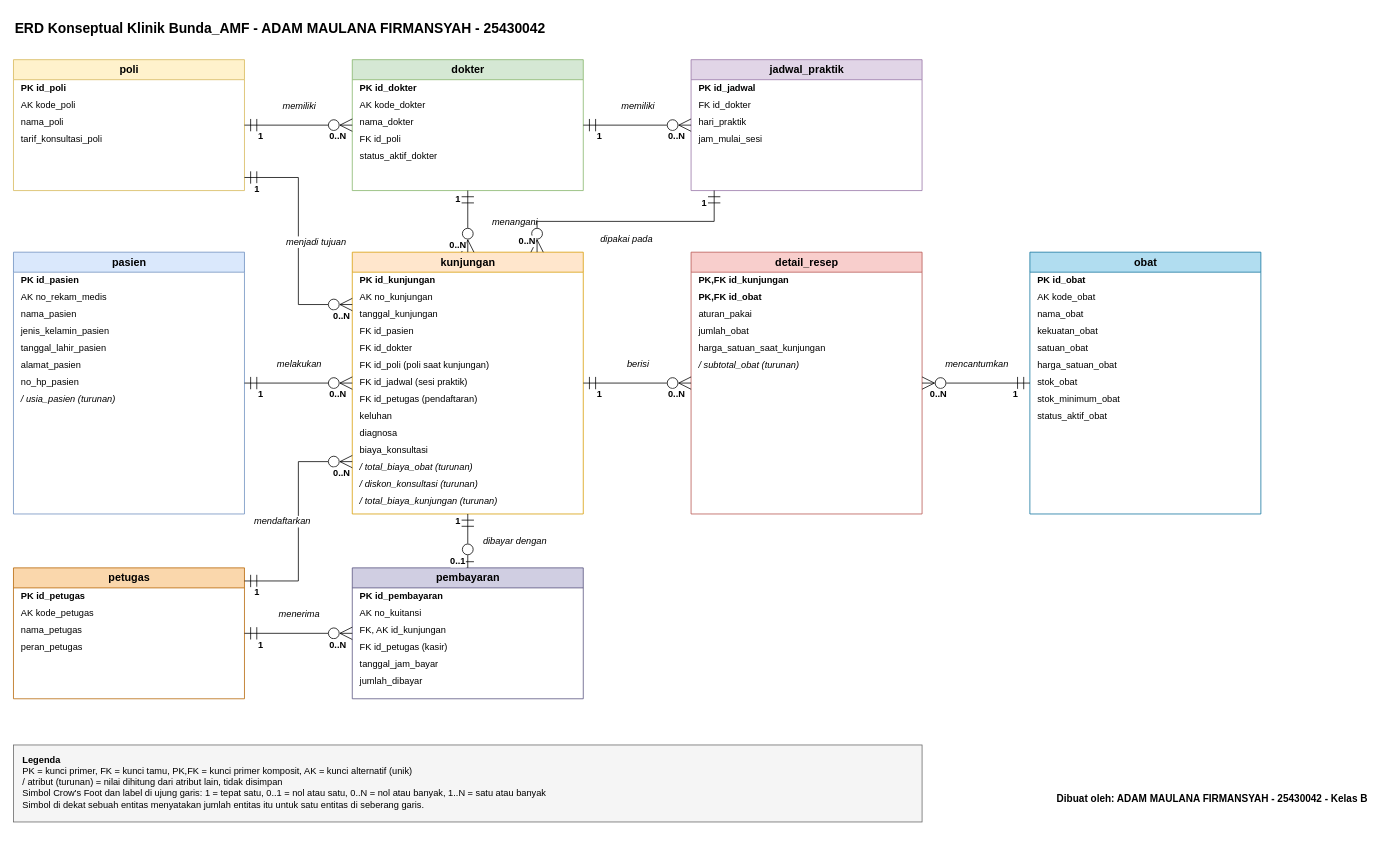
This is p03_erd_25430042.drawio from adam25430042/basisdata-25430042, a draw.io file, before an edit. Source tidied: cells renumbered, new cells numbered last; positions are measured from the earlier drawing's top-left corner, leaving out a move shared by most shapes. Both pictures are drawn from the tidied source at 77%, with x=0, y=0 at pixel (13, 13).
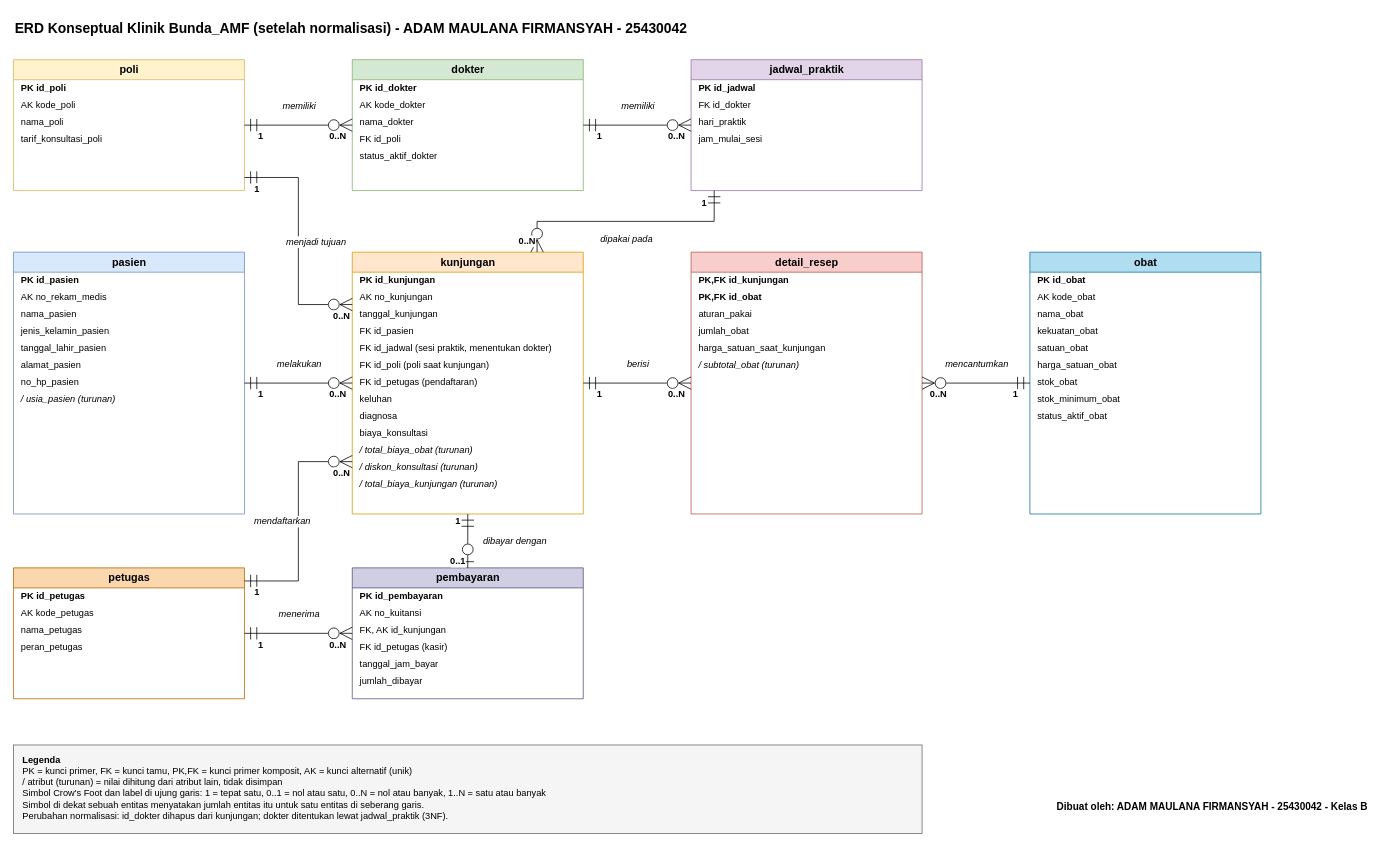
After the change.

Commit message (it also covers changes not shown here):
p04: perbarui erd proyek dan dokumen hasil normalisasi

The change refers to these unchanged cells:
```xml
<mxCell id="8" value="dokter" style="swimlane;fontStyle=1;startSize=26;horizontal=1;html=1;fillColor=#d5e8d4;strokeColor=#82b366;swimlaneFillColor=#ffffff;fontSize=14;align=center;" parent="1" vertex="1">
  <mxGeometry x="440" y="60" width="300" height="170" as="geometry" />
</mxCell>
<mxCell id="28" value="kunjungan" style="swimlane;fontStyle=1;startSize=26;horizontal=1;html=1;fillColor=#ffe6cc;strokeColor=#d79b00;swimlaneFillColor=#ffffff;fontSize=14;align=center;" parent="1" vertex="1">
  <mxGeometry x="440" y="310" width="300" height="340" as="geometry" />
</mxCell>
```

Change to the diagram source:
```diff
@@
-    <mxCell id="2" value="ERD Konseptual Klinik Bunda_AMF - ADAM MAULANA FIRMANSYAH - 25430042" style="text;html=1;strokeColor=none;fillColor=none;align=left;verticalAlign=middle;fontSize=18;fontStyle=1;" parent="1" vertex="1">
+    <mxCell id="2" value="ERD Konseptual Klinik Bunda_AMF (setelah normalisasi) - ADAM MAULANA FIRMANSYAH - 25430042" style="text;html=1;strokeColor=none;fillColor=none;align=left;verticalAlign=middle;fontSize=18;fontStyle=1;" parent="1" vertex="1">
       <mxGeometry width="1400" height="40" as="geometry" />
     </mxCell>
@@
-    <mxCell id="33" value="FK   id_dokter" style="text;html=1;strokeColor=none;fillColor=none;align=left;verticalAlign=middle;spacingLeft=8;fontSize=12;whiteSpace=nowrap;" parent="28" vertex="1">
+    <mxCell id="33" value="FK   id_jadwal (sesi praktik, menentukan dokter)" style="text;html=1;strokeColor=none;fillColor=none;align=left;verticalAlign=middle;spacingLeft=8;fontSize=12;whiteSpace=nowrap;" parent="28" vertex="1">
       <mxGeometry y="114" width="300" height="22" as="geometry" />
     </mxCell>
@@
-    <mxCell id="35" value="FK   id_jadwal (sesi praktik)" style="text;html=1;strokeColor=none;fillColor=none;align=left;verticalAlign=middle;spacingLeft=8;fontSize=12;whiteSpace=nowrap;" parent="28" vertex="1">
+    <mxCell id="35" value="FK   id_petugas (pendaftaran)" style="text;html=1;strokeColor=none;fillColor=none;align=left;verticalAlign=middle;spacingLeft=8;fontSize=12;whiteSpace=nowrap;" parent="28" vertex="1">
       <mxGeometry y="158" width="300" height="22" as="geometry" />
     </mxCell>
-    <mxCell id="36" value="FK   id_petugas (pendaftaran)" style="text;html=1;strokeColor=none;fillColor=none;align=left;verticalAlign=middle;spacingLeft=8;fontSize=12;whiteSpace=nowrap;" parent="28" vertex="1">
+    <mxCell id="36" value="       keluhan" style="text;html=1;strokeColor=none;fillColor=none;align=left;verticalAlign=middle;spacingLeft=8;fontSize=12;whiteSpace=nowrap;" parent="28" vertex="1">
       <mxGeometry y="180" width="300" height="22" as="geometry" />
     </mxCell>
-    <mxCell id="37" value="       keluhan" style="text;html=1;strokeColor=none;fillColor=none;align=left;verticalAlign=middle;spacingLeft=8;fontSize=12;whiteSpace=nowrap;" parent="28" vertex="1">
+    <mxCell id="37" value="       diagnosa" style="text;html=1;strokeColor=none;fillColor=none;align=left;verticalAlign=middle;spacingLeft=8;fontSize=12;whiteSpace=nowrap;" parent="28" vertex="1">
       <mxGeometry y="202" width="300" height="22" as="geometry" />
     </mxCell>
-    <mxCell id="38" value="       diagnosa" style="text;html=1;strokeColor=none;fillColor=none;align=left;verticalAlign=middle;spacingLeft=8;fontSize=12;whiteSpace=nowrap;" parent="28" vertex="1">
+    <mxCell id="38" value="       biaya_konsultasi" style="text;html=1;strokeColor=none;fillColor=none;align=left;verticalAlign=middle;spacingLeft=8;fontSize=12;whiteSpace=nowrap;" parent="28" vertex="1">
       <mxGeometry y="224" width="300" height="22" as="geometry" />
     </mxCell>
-    <mxCell id="39" value="       biaya_konsultasi" style="text;html=1;strokeColor=none;fillColor=none;align=left;verticalAlign=middle;spacingLeft=8;fontSize=12;whiteSpace=nowrap;" parent="28" vertex="1">
+    <mxCell id="39" value="/ total_biaya_obat   (turunan)" style="text;html=1;strokeColor=none;fillColor=none;align=left;verticalAlign=middle;spacingLeft=8;fontSize=12;whiteSpace=nowrap;fontStyle=2;" parent="28" vertex="1">
       <mxGeometry y="246" width="300" height="22" as="geometry" />
     </mxCell>
-    <mxCell id="40" value="/ total_biaya_obat   (turunan)" style="text;html=1;strokeColor=none;fillColor=none;align=left;verticalAlign=middle;spacingLeft=8;fontSize=12;whiteSpace=nowrap;fontStyle=2;" parent="28" vertex="1">
+    <mxCell id="40" value="/ diskon_konsultasi   (turunan)" style="text;html=1;strokeColor=none;fillColor=none;align=left;verticalAlign=middle;spacingLeft=8;fontSize=12;whiteSpace=nowrap;fontStyle=2;" parent="28" vertex="1">
       <mxGeometry y="268" width="300" height="22" as="geometry" />
     </mxCell>
-    <mxCell id="41" value="/ diskon_konsultasi   (turunan)" style="text;html=1;strokeColor=none;fillColor=none;align=left;verticalAlign=middle;spacingLeft=8;fontSize=12;whiteSpace=nowrap;fontStyle=2;" parent="28" vertex="1">
+    <mxCell id="41" value="/ total_biaya_kunjungan   (turunan)" style="text;html=1;strokeColor=none;fillColor=none;align=left;verticalAlign=middle;spacingLeft=8;fontSize=12;whiteSpace=nowrap;fontStyle=2;" parent="28" vertex="1">
       <mxGeometry y="290" width="300" height="22" as="geometry" />
     </mxCell>
-    <mxCell id="42" value="/ total_biaya_kunjungan   (turunan)" style="text;html=1;strokeColor=none;fillColor=none;align=left;verticalAlign=middle;spacingLeft=8;fontSize=12;whiteSpace=nowrap;fontStyle=2;" parent="28" vertex="1">
-      <mxGeometry y="312" width="300" height="22" as="geometry" />
-    </mxCell>
@@
-    <mxCell id="80" style="edgeStyle=none;html=1;rounded=0;endSize=14;startSize=14;startFill=0;endFill=0;startArrow=ERmandOne;endArrow=ERzeroToMany;exitX=0.5;exitY=1;exitDx=0;exitDy=0;entryX=0.5;entryY=0;entryDx=0;entryDy=0;" parent="1" edge="1" source="8" target="28">
-      <mxGeometry relative="1" as="geometry" />
-    </mxCell>
-    <mxCell id="81" value="menangani" style="edgeLabel;html=1;align=center;verticalAlign=middle;fontSize=12;labelBackgroundColor=#ffffff;fontStyle=2;" parent="80" vertex="1">
-      <mxGeometry y="60" relative="1" as="geometry" />
-    </mxCell>
-    <mxCell id="82" value="1" style="edgeLabel;html=1;align=center;verticalAlign=middle;fontSize=12;labelBackgroundColor=#ffffff;fontStyle=1;" parent="80" vertex="1">
-      <mxGeometry x="-0.75" y="-14" relative="1" as="geometry" />
-    </mxCell>
-    <mxCell id="83" value="0..N" style="edgeLabel;html=1;align=center;verticalAlign=middle;fontSize=12;labelBackgroundColor=#ffffff;fontStyle=1;" parent="80" vertex="1">
-      <mxGeometry x="0.75" y="-14" relative="1" as="geometry" />
-    </mxCell>
@@
-    <mxCell id="116" value="&lt;b&gt;Legenda&lt;/b&gt;&lt;br&gt;PK = kunci primer, FK = kunci tamu, PK,FK = kunci primer komposit, AK = kunci alternatif (unik)&lt;br&gt;/ atribut (turunan) = nilai dihitung dari atribut lain, tidak disimpan&lt;br&gt;Simbol Crow's Foot dan label di ujung garis: 1 = tepat satu, 0..1 = nol atau satu, 0..N = nol atau banyak, 1..N = satu atau banyak&lt;br&gt;Simbol di dekat sebuah entitas menyatakan jumlah entitas itu untuk satu entitas di seberang garis." style="rounded=0;whiteSpace=wrap;html=1;align=left;verticalAlign=top;spacingLeft=10;spacingTop=6;fontSize=12;fillColor=#f5f5f5;strokeColor=#666666;" parent="1" vertex="1">
-      <mxGeometry y="950" width="1180" height="100" as="geometry" />
+    <mxCell id="116" value="&lt;b&gt;Legenda&lt;/b&gt;&lt;br&gt;PK = kunci primer, FK = kunci tamu, PK,FK = kunci primer komposit, AK = kunci alternatif (unik)&lt;br&gt;/ atribut (turunan) = nilai dihitung dari atribut lain, tidak disimpan&lt;br&gt;Simbol Crow's Foot dan label di ujung garis: 1 = tepat satu, 0..1 = nol atau satu, 0..N = nol atau banyak, 1..N = satu atau banyak&lt;br&gt;Simbol di dekat sebuah entitas menyatakan jumlah entitas itu untuk satu entitas di seberang garis.&lt;br&gt;Perubahan normalisasi: id_dokter dihapus dari kunjungan; dokter ditentukan lewat jadwal_praktik (3NF)." style="rounded=0;whiteSpace=wrap;html=1;align=left;verticalAlign=top;spacingLeft=10;spacingTop=6;fontSize=12;fillColor=#f5f5f5;strokeColor=#666666;" parent="1" vertex="1">
+      <mxGeometry y="950" width="1180" height="115" as="geometry" />
     </mxCell>
     <mxCell id="117" value="Dibuat oleh: ADAM MAULANA FIRMANSYAH - 25430042 - Kelas B" style="text;html=1;strokeColor=none;fillColor=none;align=right;verticalAlign=middle;fontSize=13;fontStyle=1;" parent="1" vertex="1">
-      <mxGeometry x="960" y="1000" width="800" height="40" as="geometry" />
+      <mxGeometry x="960" y="1010" width="800" height="40" as="geometry" />
     </mxCell>
```
